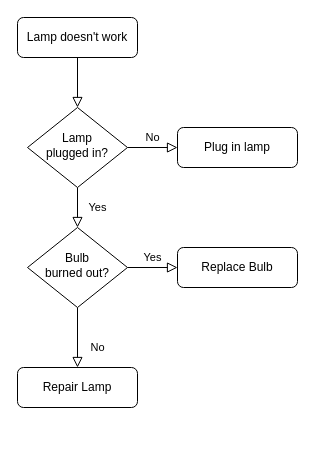
The draw.io diagram Untitled Diagram.drawio in JinhuaYangGulu/flowchat, before the edit. Source tidied: cells renumbered, new cells numbered last; positions are measured from the earlier drawing's top-left corner, leaving out a move shared by most shapes. Both pictures are drawn from the tidied source at 100%, with x=0, y=0 at pixel (17, 17).
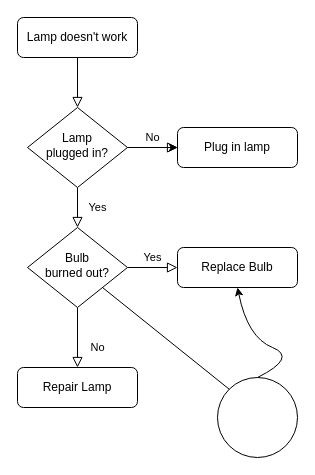
The same diagram, later.

What changed in the source:
```diff
@@
 <mxGraphModel>
   <root>
     <mxCell id="0" />
     <mxCell id="1" parent="0" />
     <mxCell id="2" style="rounded=0;html=1;jettySize=auto;fontSize=11;endArrow=block;endFill=0;endSize=8;strokeWidth=1;shadow=0;labelBackgroundColor=none;edgeStyle=orthogonalEdgeStyle;" parent="1" edge="1" source="3" target="6">
       <mxGeometry relative="1" as="geometry" />
     </mxCell>
     <mxCell id="3" value="Lamp doesn't work" style="rounded=1;whiteSpace=wrap;html=1;fontSize=12;glass=0;strokeWidth=1;shadow=0;" parent="1" vertex="1">
       <mxGeometry width="120" height="40" as="geometry" />
     </mxCell>
     <mxCell id="4" value="Yes" style="rounded=0;html=1;jettySize=auto;fontSize=11;endArrow=block;endFill=0;endSize=8;strokeWidth=1;shadow=0;labelBackgroundColor=none;edgeStyle=orthogonalEdgeStyle;" parent="1" edge="1" source="6" target="10">
       <mxGeometry y="20" relative="1" as="geometry" />
     </mxCell>
     <mxCell id="5" value="No" style="edgeStyle=orthogonalEdgeStyle;rounded=0;html=1;jettySize=auto;fontSize=11;endArrow=block;endFill=0;endSize=8;strokeWidth=1;shadow=0;labelBackgroundColor=none;" parent="1" edge="1" source="6" target="7">
       <mxGeometry y="10" relative="1" as="geometry" />
     </mxCell>
+    <mxCell id="13" style="edgeStyle=orthogonalEdgeStyle;rounded=0;jettySize=auto;html=1;" parent="1" edge="1" source="6" target="7">
+      <mxGeometry relative="1" as="geometry" />
+    </mxCell>
     <mxCell id="6" value="Lamp&lt;br&gt;plugged in?" style="rhombus;whiteSpace=wrap;html=1;shadow=0;fontFamily=Helvetica;fontSize=12;align=center;strokeWidth=1;spacing=6;spacingTop=-4;" parent="1" vertex="1">
       <mxGeometry x="10" y="90" width="100" height="80" as="geometry" />
     </mxCell>
     <mxCell id="7" value="Plug in lamp" style="rounded=1;whiteSpace=wrap;html=1;fontSize=12;glass=0;strokeWidth=1;shadow=0;" parent="1" vertex="1">
       <mxGeometry x="160" y="110" width="120" height="40" as="geometry" />
     </mxCell>
     <mxCell id="8" value="No" style="rounded=0;html=1;jettySize=auto;fontSize=11;endArrow=block;endFill=0;endSize=8;strokeWidth=1;shadow=0;labelBackgroundColor=none;edgeStyle=orthogonalEdgeStyle;" parent="1" edge="1" source="10" target="11">
       <mxGeometry x="0.33" y="20" relative="1" as="geometry" />
     </mxCell>
     <mxCell id="9" value="Yes" style="edgeStyle=orthogonalEdgeStyle;rounded=0;html=1;jettySize=auto;fontSize=11;endArrow=block;endFill=0;endSize=8;strokeWidth=1;shadow=0;labelBackgroundColor=none;" parent="1" edge="1" source="10" target="12">
       <mxGeometry y="10" relative="1" as="geometry" />
     </mxCell>
     <mxCell id="10" value="Bulb&lt;br&gt;burned out?" style="rhombus;whiteSpace=wrap;html=1;shadow=0;fontFamily=Helvetica;fontSize=12;align=center;strokeWidth=1;spacing=6;spacingTop=-4;" parent="1" vertex="1">
       <mxGeometry x="10" y="210" width="100" height="80" as="geometry" />
     </mxCell>
     <mxCell id="11" value="Repair Lamp" style="rounded=1;whiteSpace=wrap;html=1;fontSize=12;glass=0;strokeWidth=1;shadow=0;" parent="1" vertex="1">
       <mxGeometry y="350" width="120" height="40" as="geometry" />
     </mxCell>
     <mxCell id="12" value="Replace Bulb" style="rounded=1;whiteSpace=wrap;html=1;fontSize=12;glass=0;strokeWidth=1;shadow=0;" parent="1" vertex="1">
       <mxGeometry x="160" y="230" width="120" height="40" as="geometry" />
     </mxCell>
+    <mxCell id="14" style="ellipse;whiteSpace=wrap;html=1;" parent="1" vertex="1">
+      <mxGeometry x="200" y="360" width="80" height="80" as="geometry" />
+    </mxCell>
+    <mxCell id="15" style="endArrow=none;html=1;entryX=1;entryY=1;entryDx=0;entryDy=0;exitX=0;exitY=0;exitDx=0;exitDy=0;" parent="1" edge="1" source="14" target="10">
+      <mxGeometry relative="1" as="geometry" />
+    </mxCell>
+    <mxCell id="16" style="curved=1;endArrow=classic;html=1;exitX=0.5;exitY=0;exitDx=0;exitDy=0;entryX=0.5;entryY=1;entryDx=0;entryDy=0;" parent="1" edge="1" source="14" target="12">
+      <mxGeometry relative="1" as="geometry">
+        <Array as="points">
+          <mxPoint x="280" y="340" />
+          <mxPoint x="230" y="320" />
+        </Array>
+      </mxGeometry>
+    </mxCell>
   </root>
 </mxGraphModel>
```
